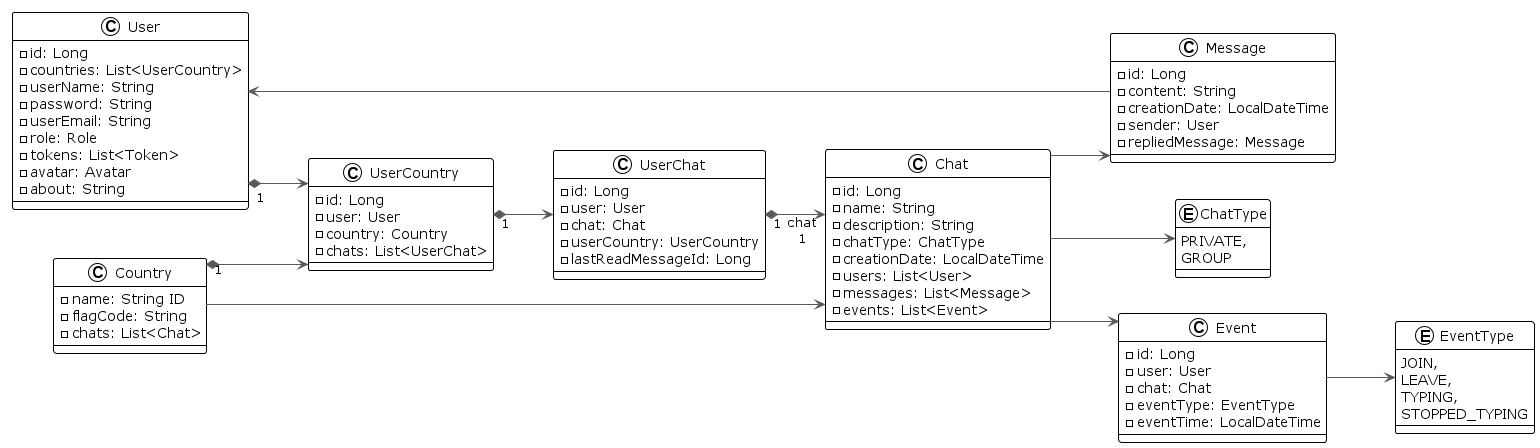
The PlantUML diagram docs/architecture/core-class-diagram_v2.png in LiashenkoAndrey/talk-and-travel, before a commit.
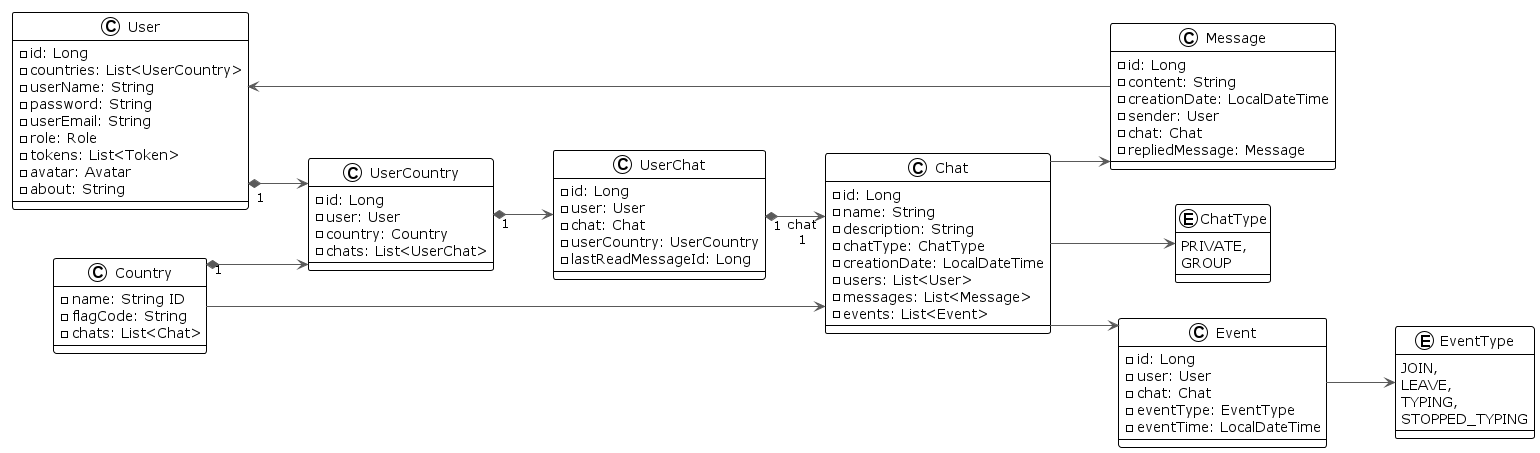
After the commit.

Change to the diagram source:
```diff
@@ -58,6 +58,7 @@
   - content: String
   - creationDate: LocalDateTime
   - sender: User
+  - chat: Chat
   - repliedMessage: Message
 }
 
```
